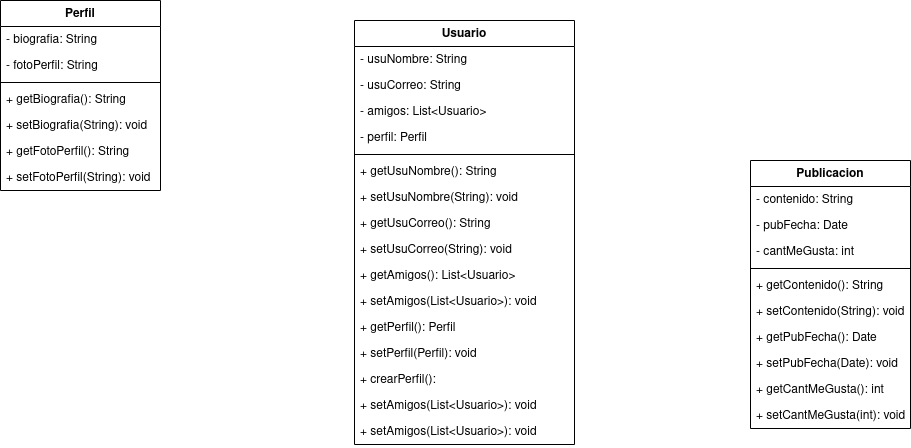
This is ejercicio1/diagram/ejercicio1-maxi.png from mackstm/examen-ets, a draw.io export, as it was before one commit. Source tidied: cells renumbered, new cells last; positions are measured from the earlier drawing's top-left corner, leaving out a move shared by most shapes.
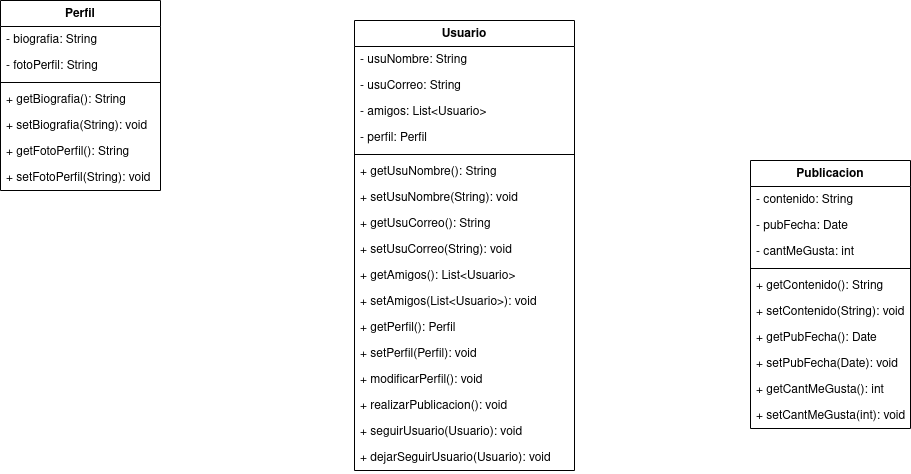
After the commit.

The edit, as a diff of the source:
```diff
@@ -3,7 +3,7 @@
     <mxCell id="0" />
     <mxCell id="1" parent="0" />
     <mxCell id="2" value="Usuario" style="swimlane;fontStyle=1;align=center;verticalAlign=top;horizontal=1;startSize=26;whiteSpace=wrap;html=1;" parent="1" vertex="1">
-      <mxGeometry x="354" y="20" width="220" height="424" as="geometry" />
+      <mxGeometry x="354" y="20" width="220" height="450" as="geometry" />
     </mxCell>
     <mxCell id="3" value="- usuNombre: String" style="text;strokeColor=none;fillColor=none;align=left;verticalAlign=top;spacingLeft=4;spacingRight=4;overflow=hidden;whiteSpace=wrap;html=1;" parent="2" vertex="1">
       <mxGeometry y="26" width="220" height="26" as="geometry" />
@@ -44,15 +44,18 @@
     <mxCell id="15" value="+ setPerfil(Perfil): void" style="text;strokeColor=none;fillColor=none;align=left;verticalAlign=top;spacingLeft=4;spacingRight=4;overflow=hidden;whiteSpace=wrap;html=1;" parent="2" vertex="1">
       <mxGeometry y="320" width="220" height="26" as="geometry" />
     </mxCell>
-    <mxCell id="16" value="+ crearPerfil():" style="text;strokeColor=none;fillColor=none;align=left;verticalAlign=top;spacingLeft=4;spacingRight=4;overflow=hidden;whiteSpace=wrap;html=1;" parent="2" vertex="1">
+    <mxCell id="16" value="+ modificarPerfil(): void" style="text;strokeColor=none;fillColor=none;align=left;verticalAlign=top;spacingLeft=4;spacingRight=4;overflow=hidden;whiteSpace=wrap;html=1;" parent="2" vertex="1">
       <mxGeometry y="346" width="220" height="26" as="geometry" />
     </mxCell>
-    <mxCell id="17" value="+ setAmigos(List&amp;lt;Usuario&amp;gt;): void" style="text;strokeColor=none;fillColor=none;align=left;verticalAlign=top;spacingLeft=4;spacingRight=4;overflow=hidden;whiteSpace=wrap;html=1;" parent="2" vertex="1">
+    <mxCell id="17" value="+ realizarPublicacion(): void" style="text;strokeColor=none;fillColor=none;align=left;verticalAlign=top;spacingLeft=4;spacingRight=4;overflow=hidden;whiteSpace=wrap;html=1;" parent="2" vertex="1">
       <mxGeometry y="372" width="220" height="26" as="geometry" />
     </mxCell>
-    <mxCell id="18" value="+ setAmigos(List&amp;lt;Usuario&amp;gt;): void" style="text;strokeColor=none;fillColor=none;align=left;verticalAlign=top;spacingLeft=4;spacingRight=4;overflow=hidden;whiteSpace=wrap;html=1;" parent="2" vertex="1">
+    <mxCell id="18" value="+ seguirUsuario(Usuario): void" style="text;strokeColor=none;fillColor=none;align=left;verticalAlign=top;spacingLeft=4;spacingRight=4;overflow=hidden;whiteSpace=wrap;html=1;" parent="2" vertex="1">
       <mxGeometry y="398" width="220" height="26" as="geometry" />
     </mxCell>
+    <mxCell id="38" value="+ dejarSeguirUsuario(Usuario): void" style="text;strokeColor=none;fillColor=none;align=left;verticalAlign=top;spacingLeft=4;spacingRight=4;overflow=hidden;whiteSpace=wrap;html=1;" parent="2" vertex="1">
+      <mxGeometry y="424" width="220" height="26" as="geometry" />
+    </mxCell>
     <mxCell id="19" value="Publicacion" style="swimlane;fontStyle=1;align=center;verticalAlign=top;horizontal=1;startSize=26;whiteSpace=wrap;html=1;" parent="1" vertex="1">
       <mxGeometry x="750" y="160" width="160" height="268" as="geometry" />
     </mxCell>
```
